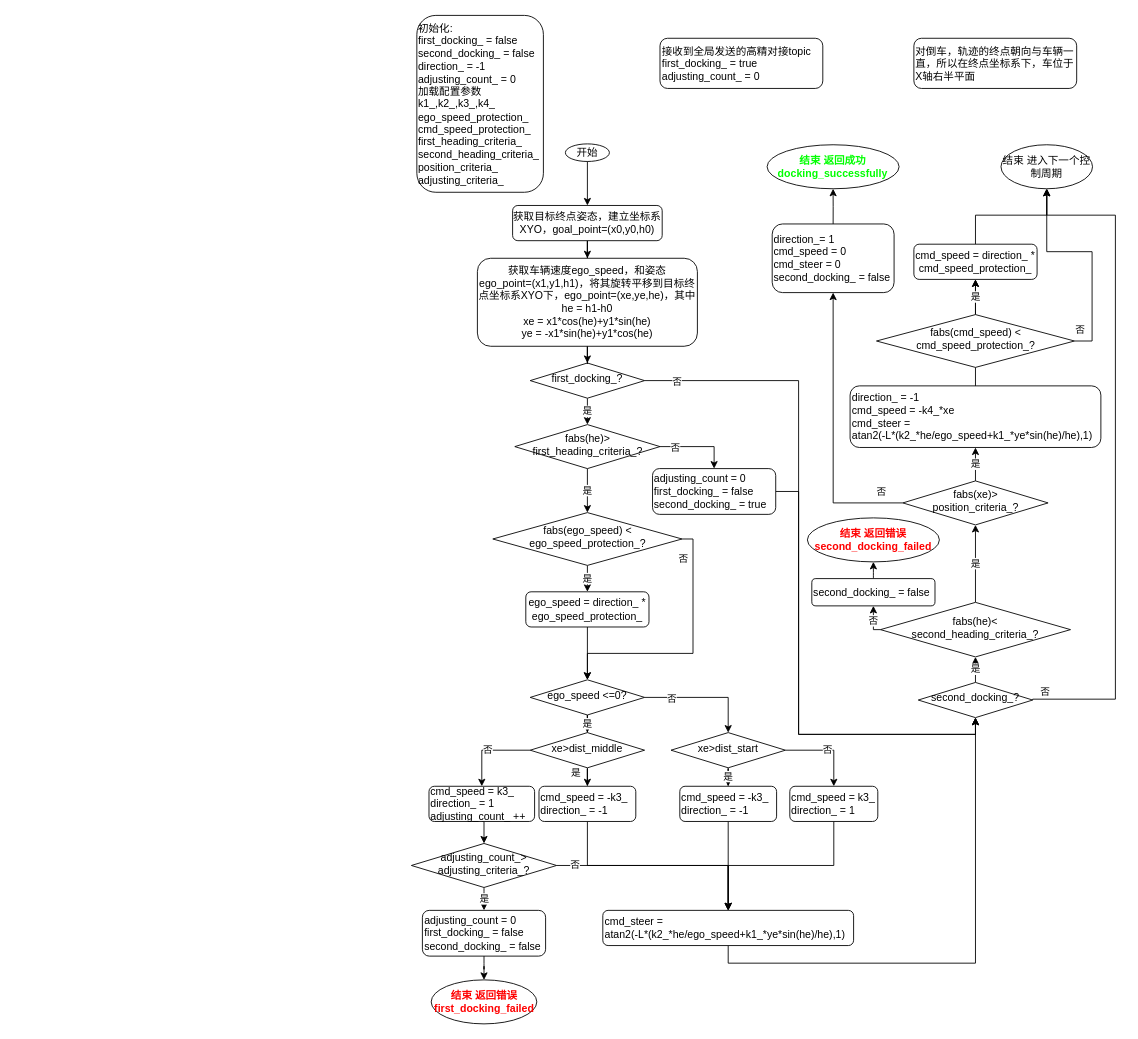
This is page "flowchart" (1 of 2) of precise_docking.drawio from Thousandsuny/Learning, a draw.io file, before an edit. Source tidied: cells renumbered, new cells numbered last; positions are measured from the earlier drawing's top-left corner, leaving out a move shared by most shapes. Both pictures are drawn from the tidied source at 88%, with x=0, y=0 at pixel (411, 15).
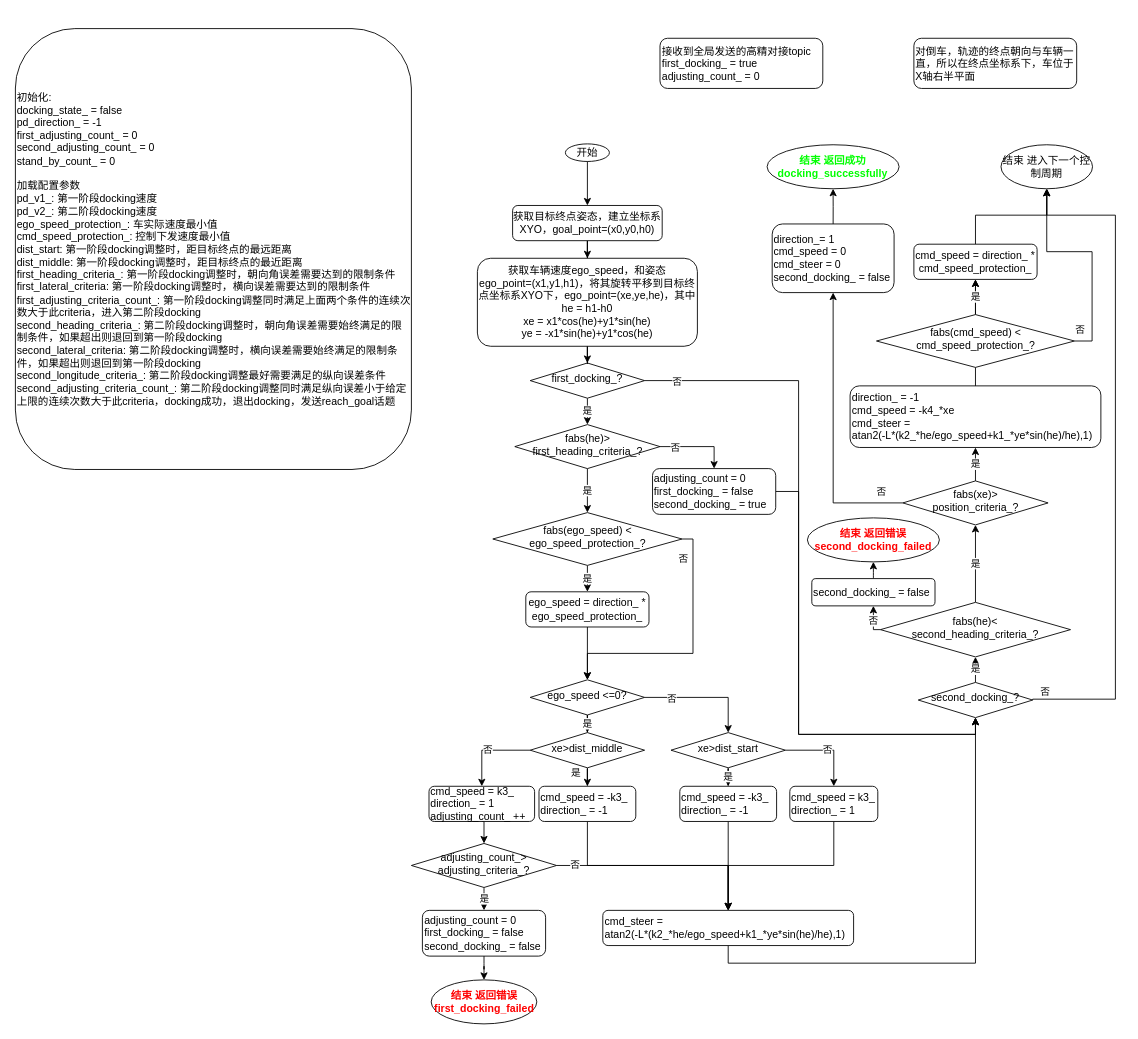
After the change.

The edit, as a diff of the source:
```diff
@@
-    <mxCell id="57" value="初始化:&lt;br&gt;first_docking_ = false&lt;br&gt;second_docking_ = false&lt;br&gt;direction_ = -1&lt;br&gt;adjusting_count_ = 0&lt;br&gt;加载配置参数&lt;br&gt;k1_,k2_,k3_,k4_&lt;br&gt;ego_speed_protection_&lt;br&gt;cmd_speed_protection_&lt;br&gt;first_heading_criteria_&lt;br&gt;second_heading_criteria_&lt;br&gt;position_criteria_&lt;br&gt;adjusting_criteria_" style="rounded=1;whiteSpace=wrap;html=1;fontSize=12;glass=0;strokeWidth=1;shadow=0;align=left;" parent="1" vertex="1">
-      <mxGeometry x="6.2" width="143.8" height="201" as="geometry" />
+    <mxCell id="57" value="初始化:&lt;br&gt;docking_state_ = false&lt;br&gt;pd_direction_ = -1&lt;br&gt;first_adjusting_count_ = 0&lt;br&gt;second_adjusting_count_ = 0&lt;br&gt;stand_by_count_ = 0&lt;br&gt;&lt;br&gt;加载配置参数&lt;br&gt;pd_v1_: 第一阶段docking速度&lt;br&gt;pd_v2_: 第二阶段docking速度&lt;br&gt;ego_speed_protection_: 车实际速度最小值&lt;br&gt;cmd_speed_protection_: 控制下发速度最小值&lt;br&gt;dist_start: 第一阶段docking调整时，距目标终点的最远距离&lt;br&gt;dist_middle: 第一阶段docking调整时，距目标终点的最近距离&lt;br&gt;first_heading_criteria_: 第一阶段docking调整时，朝向角误差需要达到的限制条件&lt;br&gt;first_lateral_criteria: 第一阶段docking调整时，横向误差需要达到的限制条件&lt;br&gt;first_adjusting_criteria_count_: 第一阶段docking调整同时满足上面两个条件的连续次数大于此criteria，进入第二阶段docking&lt;br&gt;second_heading_criteria_: 第二阶段docking调整时，朝向角误差需要始终满足的限制条件，如果超出则退回到第一阶段docking&lt;br&gt;second_lateral_criteria: 第二阶段docking调整时，横向误差需要始终满足的限制条件，如果超出则退回到第一阶段docking&lt;br&gt;second_longitude_criteria_: 第二阶段docking调整最好需要满足的纵向误差条件&lt;br&gt;second_adjusting_criteria_count_: 第二阶段docking调整同时满足纵向误差小于给定上限的连续次数大于此criteria，docking成功，退出docking，发送reach_goal话题&lt;br&gt;" style="rounded=1;whiteSpace=wrap;html=1;fontSize=12;glass=0;strokeWidth=1;shadow=0;align=left;" parent="1" vertex="1">
+      <mxGeometry x="-450" y="15" width="450" height="501" as="geometry" />
     </mxCell>
```
